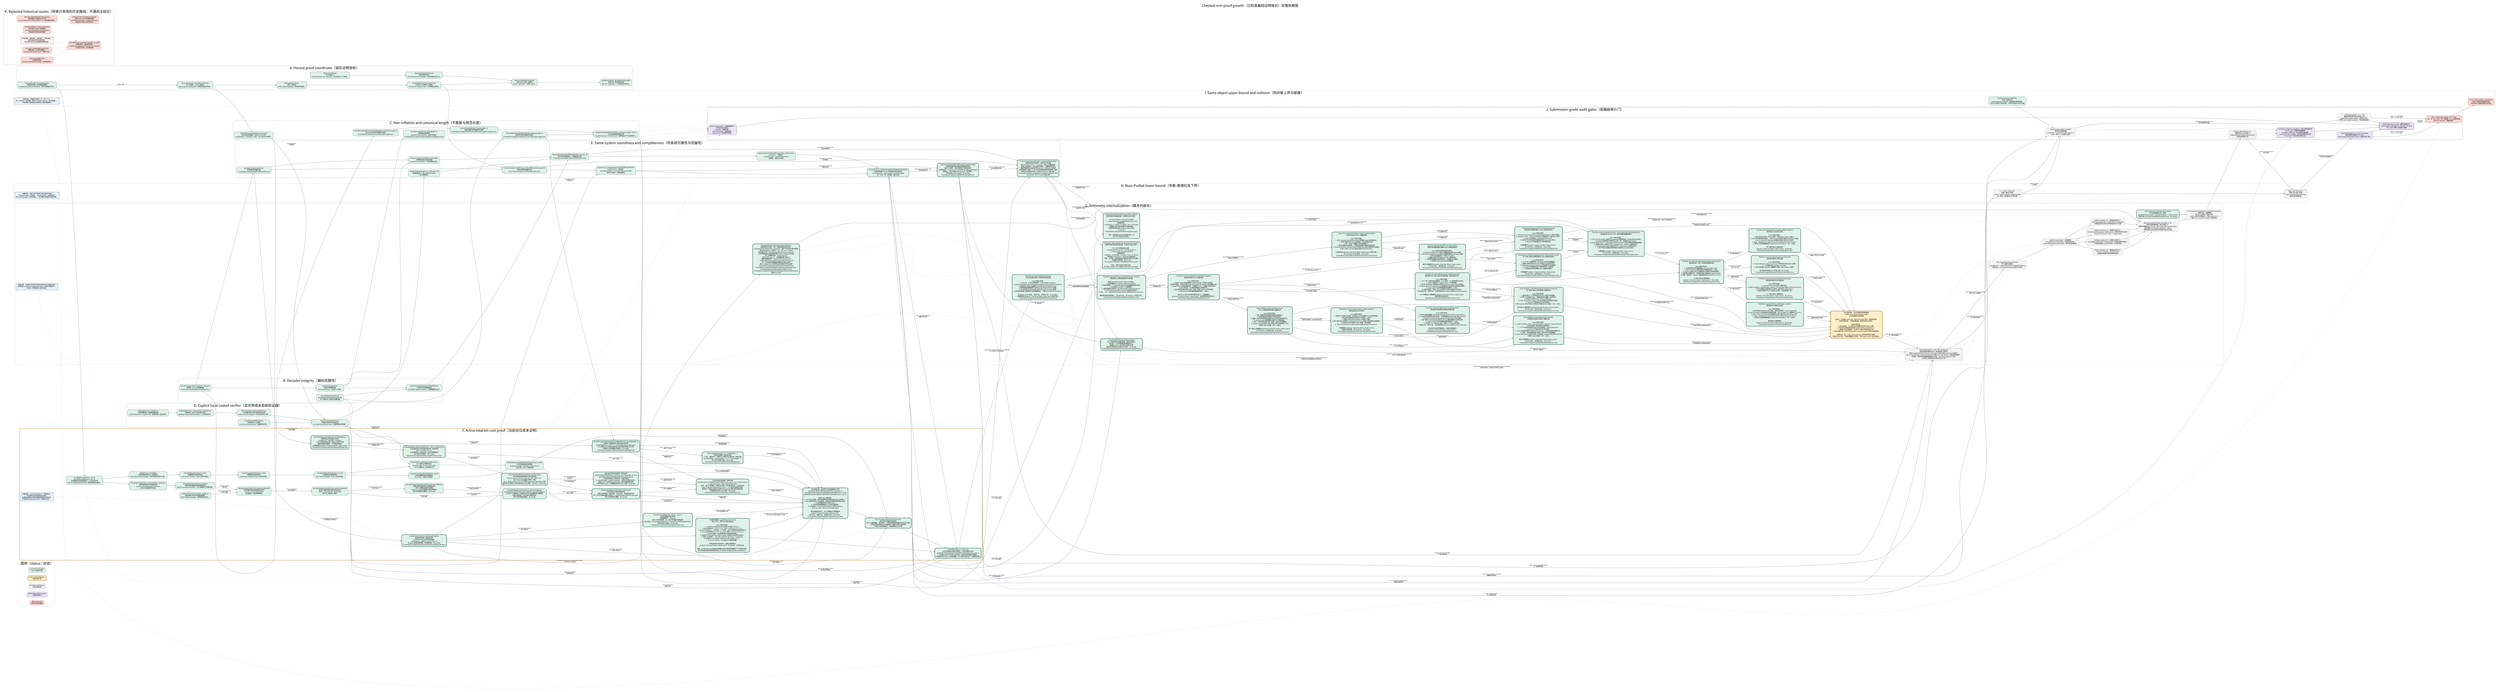
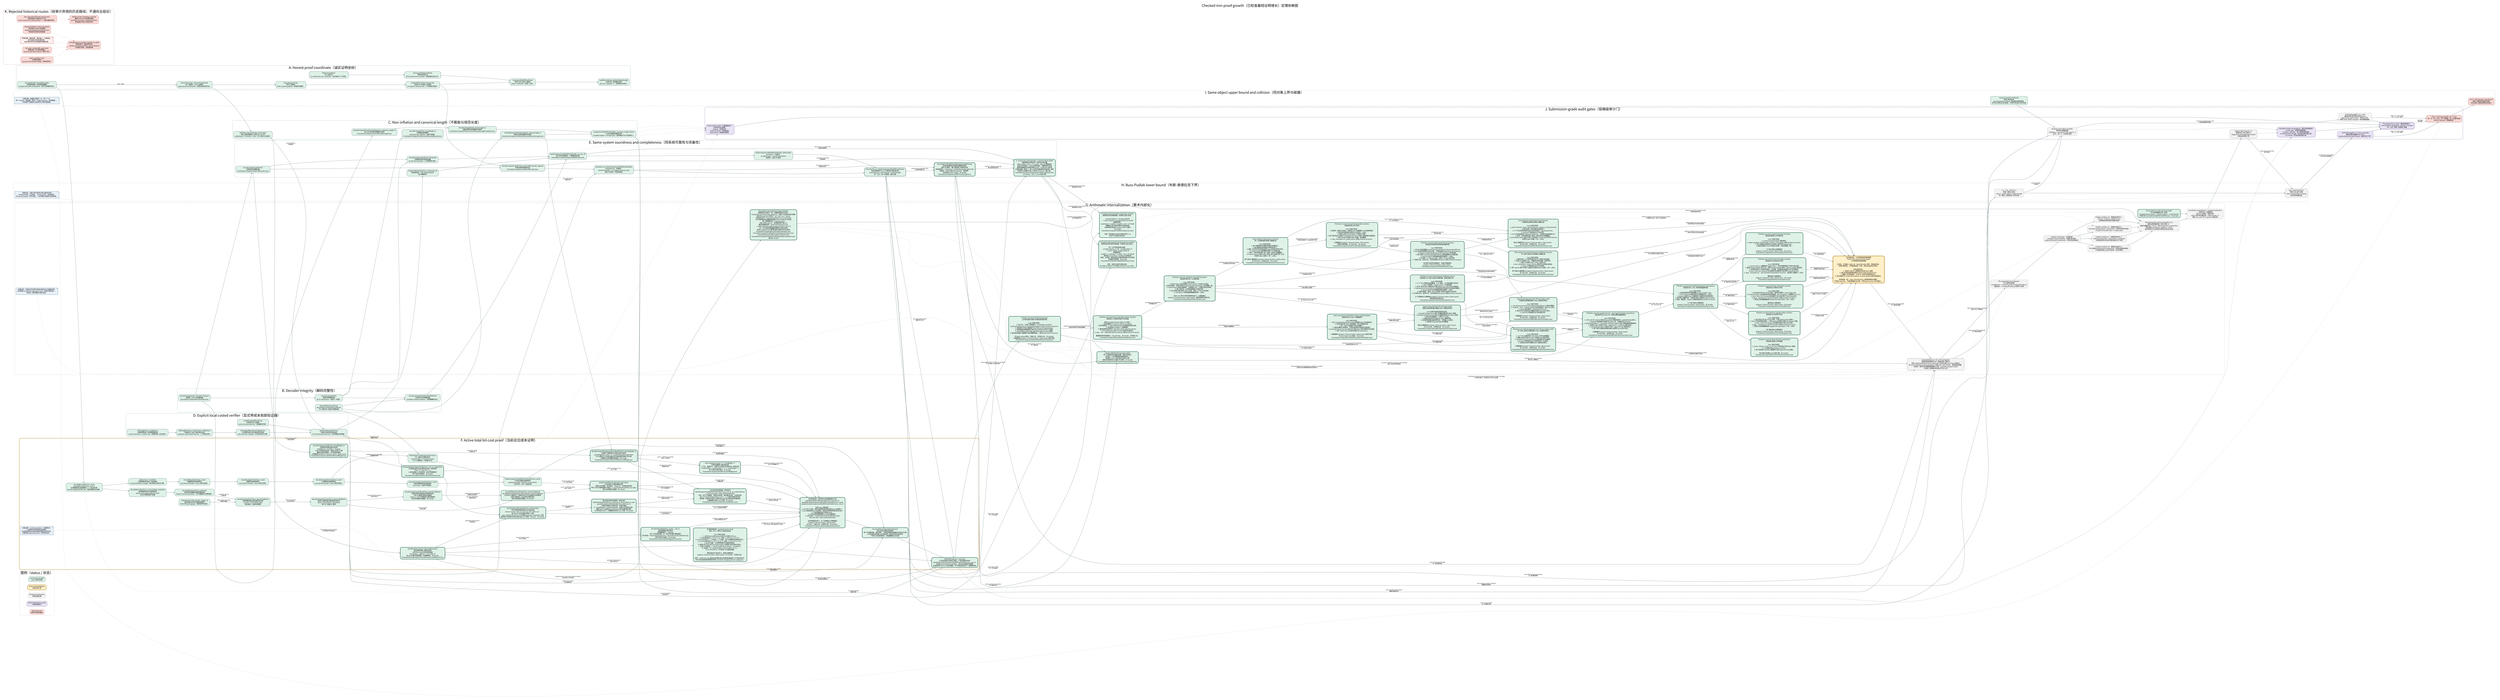
digraph CheckedMinProofDependencies {
  graph [
    rankdir=LR,
    bgcolor="white",
    compound=true,
    newrank=true,
    pad="0.35",
    nodesep="0.30",
    ranksep="0.62",
    fontname="Noto Sans CJK SC",
    fontsize=24,
    label="Checked min-proof growth（已检查最短证明增长）定理依赖图",
    labelloc="t",
    labeljust="c"
  ];
  node [
    shape=box,
    style="rounded,filled",
    fontname="Noto Sans CJK SC",
    fontsize=10.5,
    color="#526d75",
    fillcolor="#eef3f4",
    margin="0.14,0.09",
    penwidth=1.2
  ];
  edge [
    fontname="Noto Sans CJK SC",
    fontsize=8.5,
    color="#65777d",
    arrowsize=0.68,
    penwidth=1.05
  ];

  subgraph cluster_legend {
    label="图例（status / 状态）";
    color="#c8d1d4";
    style="rounded";
    done [label="Lean kernel checked\nLean 内核已检查", fillcolor="#dff2e8", color="#3f7c66"];
    active [label="Active proof obligation\n当前证明义务", fillcolor="#fff0c9", color="#b37a12", penwidth=2.2];
    pending [label="Pending root theorem\n待闭合根定理", fillcolor="#f3f3f3", color="#777777", style="rounded,filled,dashed"];
    audit [label="Axiom/dependency audit\n公理/依赖审计", fillcolor="#e9e3f5", color="#76639a"];
    rejected [label="Rejected route\n经审计弃用的路线", fillcolor="#f8d9d6", color="#a8443d", style="rounded,filled,dashed"];
  }

  subgraph cluster_coordinate {
    label="A. Honest proof coordinate（诚实证明坐标）";
    color="#8fb7aa";
    style="rounded";

    natcode [label="binaryNatCode / decodeBinaryNat\n自然数前缀码 / 自然数前缀解码\nescaped-bit prefix serialization（转义位前缀序列化）", fillcolor="#dff2e8"];
    syntaxcode [label="binaryTermCode + binaryFormulaCode\n项二进制码 + 公式二进制码\ntyped syntax serialization（类型化语法序列化）", fillcolor="#dff2e8"];
    sequentcode [label="binarySequentCode\n序列二进制码\nfinite sequent payload（有限序列载荷）", fillcolor="#dff2e8"];
    prooftree [label="CheckedPAProofTree.binaryCode\n已检查 PA 证明树二进制码\n10 sequent-calculus rules（十条相继式规则）", fillcolor="#dff2e8"];
    axiomcert [label="PAAxiomCertificate\nPA 公理证书\n23 constructors incl. induction（含归纳的 23 个构造）", fillcolor="#dff2e8"];
    structcert [label="StructuralValidityCertificate\n结构有效性证书\nall local witnesses counted（全部局部见证计长）", fillcolor="#dff2e8"];
    certifiedcode [label="binaryCertifiedPAProofCode\n带证书 PA 证明二进制码\nproof + certificate（证明 + 证书）", fillcolor="#dff2e8"];
    packedcode [label="packBinaryString / packedPayloadLength\n位串打包 / 有效载荷长度\nNat.size = payload + 1（自然数位长等式）", fillcolor="#dff2e8"];

    natcode -> syntaxcode [label="labels / 标签"];
    syntaxcode -> sequentcode;
    sequentcode -> prooftree;
    axiomcert -> structcert;
    prooftree -> certifiedcode;
    structcert -> certifiedcode;
    certifiedcode -> packedcode;
  }

  subgraph cluster_decoder {
    label="B. Decoder integrity（解码完整性）";
    color="#8fb7aa";
    style="rounded";

    typeddecoder [label="decodeCompactTerm / Formula / Sequent\n紧凑项 / 公式 / 序列解码器\nFoundationCompactPAProofVerifier.lean", fillcolor="#dff2e8"];
    proofdecoder [label="decodeCompactProof\n紧凑证明树解码器\nall 10 constructors（全部十个构造）", fillcolor="#dff2e8"];
    certdecoder [label="decodePAAxiomCertificate\ndecodeStructuralValidityCertificate\nPA 公理证书 / 结构证书解码器", fillcolor="#dff2e8"];
    packeddecoder [label="decodeCompactPackedCertifiedPAProof\n打包带证书证明解码器\nno hidden auxiliary witness（无隐藏辅助见证）", fillcolor="#dff2e8"];

    typeddecoder -> proofdecoder;
    certdecoder -> packeddecoder;
    proofdecoder -> packeddecoder;
  }

  subgraph cluster_size {
    label="C. Non-inflation and canonical length（不膨胀与规范长度）";
    color="#8fb7aa";
    style="rounded";

    structural [label="decodeCompactProof_parseWeight_le\n证明解码结构量界\nstructural non-inflation（结构不膨胀）\nFoundationCompactProofDecoderStructuralBound.lean", fillcolor="#dff2e8"];
    syntaxcanonical [label="decodeCompactTerm/Formula/Sequent_canonical_length_le\n项/公式/序列规范重编码长度界\nFoundationCompactCanonicalDecodeLength.lean", fillcolor="#dff2e8"];
    proofcanonical [label="decodeCompactProof_binaryLength_le\n完整证明树规范重编码长度界\nFoundationCompactProofCanonicalDecodeLengthComplete.lean", fillcolor="#dff2e8"];
    certcanonical [label="decodeStructuralValidityCertificate_binaryLength_le\n结构证书规范重编码长度界\nFoundationCompactCertificateCanonicalDecodeLength.lean", fillcolor="#dff2e8"];
    totalcanonical [label="compactCertifiedPAProofVerifier_canonical_length_bound\n公开验证器规范载荷总界\naccepted output <= honest input（接受输出不长于诚实输入）", fillcolor="#dff2e8"];
    transformsize [label="shift/free/neg/substitution size bounds\n移位/自由变量嵌入/否定/代入大小界\nsubstitution <= formula × term（代入至多公式乘项）", fillcolor="#dff2e8"];

    typeddecoder -> syntaxcanonical;
    proofdecoder -> structural;
    syntaxcanonical -> proofcanonical;
    certdecoder -> certcanonical;
    proofcanonical -> totalcanonical;
    certcanonical -> totalcanonical;
    syntaxcode -> transformsize;
  }

  subgraph cluster_explicit_local {
    label="D. Explicit local costed verifier（显式带成本局部验证器）";
    color="#8fb7aa";
    style="rounded";

    biteq [label="bitStringEqTrace / natEqTrace\n位串相等轨迹 / 自然数相等轨迹\nresult correctness + explicit cost（结果正确 + 显式成本）", fillcolor="#dff2e8"];
    bitset [label="bitStringMemTrace / SubsetTrace / SetEqTrace\n位串成员 / 包含 / 集合等价轨迹\nquadratic-style explicit bounds（二次型显式界）", fillcolor="#dff2e8"];
    formulalist [label="formulaEq/Mem/Subset/SetEqTrace\n公式相等/成员/包含/集合等价轨迹\ncode emission charged（公式码生成已计费）", fillcolor="#dff2e8"];
    listedtree [label="ListedCheckedPAProofTree\n列表序列 PA 证明树\npreserves decoded lists（保留解码列表）", fillcolor="#dff2e8"];
    listedcert [label="listedCertificateValidTrace\n列表证书有效性成本轨迹\nno Finset decide black box（无有限集判定黑箱）", fillcolor="#dff2e8"];

    biteq -> bitset;
    bitset -> formulalist;
    listedtree -> listedcert;
    formulalist -> listedcert;
    transformsize -> listedcert [label="local transforms\n局部变换"];
  }

  subgraph cluster_same_system {
    label="E. Same-system soundness and completeness（同系统可靠性与完备性）";
    color="#8fb7aa";
    style="rounded";

    listdecoder [label="decodeCompactListedProof\n列表保持证明解码器\nFoundationCompactListedProofDecoder.lean", fillcolor="#dff2e8"];
    projection [label="decodeCompactListedProof_toChecked\n列表解码投影到原检查器\n10-rule fuel induction（十规则燃料归纳）", fillcolor="#dff2e8"];
    localiff [label="listedCertificateValidTrace_toChecked_iff\n新局部轨迹 <-> 原 certificateValid\n语义精确等价", fillcolor="#dff2e8"];
    publiciff [label="listedCompactCertifiedPAProofVerifier_eq_true_iff\n新公开验证器接受 <-> 精确检查关系\nFoundationCompactListedCertifiedVerifier.lean", fillcolor="#dff2e8"];
    soundness [label="listedCompactCertifiedPAProofVerifier_toDerivation\nsoundness（可靠性）\naccepted code -> real PA Derivation2\n接受码 -> 真实 PA 推导", fillcolor="#dff2e8"];
    listencoder [label="decodeCompactListedProof_canonicalBinaryCode_append\n列表证明规范编码往返\nFoundationCompactListedProofEncoder.lean", fillcolor="#dff2e8"];
    completeness [label="derivation_to_listedCompactCertifiedPAProofVerifier\ncompleteness（完备性）\nreal PA derivation -> accepted canonical code\n真实 PA 推导 -> 规范接受码", fillcolor="#dff2e8"];
    predicate [label="Concrete P(x,y) / ListedCompactCertifiedPAProofChecks\n具体证明谓词 P(x,y) / 列表带证书检查关系\nsame formula + same checker + honest length\n同一公式 + 同一检查器 + 诚实长度", fillcolor="#dff2e8", penwidth=2.0];
    minmeasure [
      label="minListedCertifiedPAProofPayloadLength(formula)\n具体检查器诱导的最短完整载荷长度\n真实 PA 推导 -> 最小值由某个接受码实现\n任意接受码 -> minimum <= packedPayloadLength(code)\n接受码 -> 同公式真实 Derivation2（推导树）\n无项目级 proof_length；无 sorryAx\nFoundationCompactListedMinProofLength.lean",
      fillcolor="#dff2e8", color="#2f6f57", penwidth=2.8
    ];
    canonicalnormalize [
      label="P_canon(code, formulaCode) + canonical Bool verifier\n纯数值规范证明关系 + 规范布尔验证器\nBool verifier = true <-> P_canon，由 Lean 精确证明\n任意公开接受码 -> 同公式码规范码，完整载荷不增长\n最短完整载荷必由真实规范 proof + certificate 码实现\n全体码有限一致性 <-> 同 cutoff 的纯数值规范码有限一致性\n非规范/冗余编码不能人为压低 minimum（最小值）\nFoundationCompactListedCanonicalNormalization.lean\n无 sorryAx；仅三个 Lean 标准公理",
      fillcolor="#dff2e8", color="#2f6f57", penwidth=2.8
    ];

    typeddecoder -> listdecoder;
    listdecoder -> projection;
    proofdecoder -> projection;
    listedcert -> localiff;
    projection -> publiciff;
    localiff -> publiciff;
    packeddecoder -> publiciff;
    publiciff -> soundness;
    prooftree -> listencoder;
    listdecoder -> listencoder;
    listencoder -> completeness;
    listedcert -> completeness;
    soundness -> predicate;
    completeness -> predicate;
    predicate -> minmeasure [label="minimum over accepted codes\n对接受码取最小值"];
    completeness -> minmeasure [label="nonempty accepted set\n接受集合非空"];
    publiciff -> canonicalnormalize [label="decode every accepted code\n解码任意接受码"];
    listencoder -> canonicalnormalize [label="canonical re-encoding\n规范重编码"];
    totalcanonical -> canonicalnormalize [label="no payload growth\n载荷不增长"];
    minmeasure -> canonicalnormalize [label="minimum realized canonically\n最小值由规范码实现"];
  }

  subgraph cluster_cost_active {
    label="F. Active total bit-cost proof（当前总位成本证明）";
    color="#c18a27";
    style="rounded,bold";

    nattrace [label="decodeBinaryNatTrace_result\ndecodeBinaryNatTrace_cost_le\n自然数解码轨迹结果等价 + 二次位成本界\nNat.bit charged by Nat.size（按自然数位长收费）", fillcolor="#dff2e8", color="#3f7c66"];
    tracebind [label="OptionTrace + traceBind\n可选结果成本轨迹 + 轨迹绑定\nevery bind/failure charged（每次绑定/失败均计费）", fillcolor="#dff2e8", color="#3f7c66"];
    vectortrace [label="decodeManyVectorTrace_result\n向量解码轨迹结果等价\nLean kernel checked（Lean 内核已检查）", fillcolor="#dff2e8", color="#3f7c66"];
    termtrace [label="decodeCompactTermTrace_result\n项解码轨迹结果等价\nLean kernel checked（Lean 内核已检查）", fillcolor="#dff2e8", color="#3f7c66"];
    formulatrace [label="decodeCompactFormulaTrace_result\n公式解码轨迹结果等价\nLean kernel checked（Lean 内核已检查）", fillcolor="#dff2e8", color="#3f7c66"];
    prooftrace [label="decodeCompactListedProofTrace_result\n列表证明解码轨迹结果等价\nall 10 rules（全部十条规则）", fillcolor="#dff2e8", color="#3f7c66"];
    certtrace [label="PA/structural certificate decoder traces\nPA / 结构证书解码轨迹\n23 axiom tags + 4 recursive nodes\n23 个公理标签 + 4 种递归节点", fillcolor="#dff2e8", color="#3f7c66"];
    publictrace [label="listedCompactCertifiedPAProofVerifierTrace_result\n公开验证器轨迹结果等价\npacked envelope + formula + local checks\n打包外壳 + 公式 + 局部检查", fillcolor="#dff2e8", color="#3f7c66"];
    natpotential [label="decodeBinaryNatTrace_success/failure_potential\n自然数解码成功/失败势能界\nquartic consumed-prefix invariant\n四次已消费前缀不变量", fillcolor="#dff2e8", color="#3f7c66"];
    vectorpotential [label="decodeManyVectorTrace_potential\n任意长度向量解码摊还势能定理\ndisjoint consumed prefixes（互不重叠的已消费前缀）", fillcolor="#dff2e8", color="#3f7c66"];
    symbolcharge [label="arithmeticFunc/Rel_decode_charge_le\n算术函数/关系符号解码收费界\nfinite ORing language（有限有序环语言）", fillcolor="#dff2e8", color="#3f7c66"];
    termpotential [label="decodeCompactTermTrace_parserCostBound\n紧凑项解码器全路径摊还成本界\nsuccess + every failure path\n成功路径 + 全部失败路径", fillcolor="#dff2e8", color="#3f7c66"];
    formulapotential [label="decodeCompactFormulaTrace_parserCostBound\n紧凑公式解码器全路径摊还成本界\natoms / connectives / quantifiers\n原子式 / 联结词 / 量词", fillcolor="#dff2e8", color="#3f7c66"];
    proofpotential [
      label="decodeCompactListedProofTrace_parserCostBound\n列表证明树全路径四次势能成本界\n十条 PA 相继式规则全部通过\nand/cut 二叉子证明势能已望远镜相消\n成功/失败路径全覆盖；无 sorryAx",
      fillcolor="#dff2e8", color="#3f7c66"
    ];
    certpotential [
      label="decodePAAxiomCertificateTrace_parserCostBound\ndecodeStructuralValidityCertificateTrace_parserCostBound\n23 种 PA 公理标签 + 4 种递归证书节点全路径四次势能界\n归纳公理体和二元证书树已摊还闭合\n成功/失败路径全覆盖；无 sorryAx",
      fillcolor="#dff2e8", color="#3f7c66", penwidth=2.2
    ];
    packedcost [
      label="packed proof/formula decoder cost bounds\n打包证明/公式解码器成本界\n证明+证书串联、末位哨兵、dropLast、空后缀全部闭合\n两个公开打包解码器均不超过 2 × decoderPotential(Nat.size code)\n成功/失败路径全覆盖；无 sorryAx",
      fillcolor="#dff2e8", color="#2f6f57", penwidth=2.8
    ];
    transformcode [
      label="transformation binary-code length bounds\n语法变换完整二进制码长界\nshift/free/neg 均至多线性膨胀\nsubstitution：|phi[t]| <= 3(F+1)(W+1)F\n含 qpow 量词深度预算；无隐藏参数；无 sorryAx\nFoundationCompactSyntaxTransformationCodeBounds.lean",
      fillcolor="#dff2e8", color="#2f6f57", penwidth=2.8
    ];
    negtrace [
      label="binaryFormulaNegTrace_result / _cost_le\n否定变换真实递归轨迹\n结果精确等于 ∼formula\n每个公式构造收费一步；原子项向量不重复遍历\n执行成本 <= formulaSymbolCount <= |binaryFormulaCode(formula)|\n单文件探针已通过；无 sorryAx\nFoundationCompactSyntaxNegationTrace.lean",
      fillcolor="#dff2e8", color="#2f6f57", penwidth=2.8
    ];
    axmjoint [
      label="axm comparator input <= 2 * jointWeight + 1\n公理比较器输入联合坐标界\n上下文、候选句子、完整 PA 公理证书均落在同一诚实位权\ncertificateBits + sentenceBits + 1 <= 2 * jointWeight + 1\n四个坐标引理已通过；无 sorryAx\nFoundationCompactListedAxiomJointWeight.lean",
      fillcolor="#dff2e8", color="#2f6f57", penwidth=2.8
    ];
    honestproof [
      label="decodeCompactListedProof_honestWeight_le\n列表保持证明树诚实位权界\nweight(tree) + 8|suffix| <= 8|input|\n十条 PA 规则全部闭合；重复公式逐个计费\n覆盖任意成功解码，不只是规范编码\n公理画像仅 propext / Classical.choice / Quot.sound\nFoundationCompactListedProofHonestWeight.lean",
      fillcolor="#dff2e8", color="#2f6f57", penwidth=2.8
    ];
    honestcert [
      label="decodeCompactPackedListedCertifiedPAProof_honestWeight_le\n证明树+完整结构证书联合诚实位权界\njointWeight(tree,cert) <= 8 * packedPayloadLength(code)\nPA 公理证书 23 标签及递归证书全部由实际输入位计费\n无辅助见证和隐藏长度参数；无 sorryAx\nFoundationCompactListedCertifiedHonestWeight.lean",
      fillcolor="#dff2e8", color="#2f6f57", penwidth=2.8
    ];
    localprimitives [
      label="formulaEq/Mem/Subset/SetEqTrace_cost_le_polynomial\n公式相等/成员/包含/集合等价统一位成本界\nP(w) = 4 + 2(w+3)^2 + w\nw 是全部输入公式码位权，包含列表重复项\n四个端点全部通过；无 sorryAx\nFoundationCompactListedLocalCostPrimitives.lean",
      fillcolor="#dff2e8", color="#2f6f57", penwidth=2.8
    ];
    localbranches9 [
      label="10/10 listedCertificateValidTrace cost branches\n十条证明规则局部成本分支全部闭合\nclosed / verum / and / or / all / exs / wk / shift / cut：\n由 P(G(w)) 及生成语法界统一计费\naxm：由 A(w)=K*(2w+1)^12 的真实 guarded comparator 计费\n最终每节点固定多项式包络已由 Lean 检查；无 haxm、无 sorryAx",
      fillcolor="#dff2e8", color="#2f6f57", penwidth=2.8
    ];
    localinduction [
      label="联合坐标内部归纳骨架 + 具体实例\nlistedCertificateValidTrace_jointCost_le_polynomial_of_axm\nguardedListedCertificateValidTrace_jointCost_le\n十规则证明树/证书同步统一归纳已通过\nb = proofWeight + certificateWeight（证明+证书联合位权）\n抽象 haxm 已由真实 guarded axm 成本定理具体消除\n公开实例无 haxm；公理画像仅标准 Lean 公理；无 sorryAx",
      fillcolor="#dff2e8", color="#2f6f57", penwidth=2.8
    ];
    publicskeleton [
      label="公开总成本内部骨架 + 具体实例\nlistedCompactCertifiedPAProofVerifierTrace_cost_le_of_certificateTrace\ns = Nat.size(code) + Nat.size(formulaCode)\n合并：两个打包解码、局部证书检查、结论集合比较、公式码比较\nQ(s)=4*decoderPotential(s)+L(s)+1，L(s) 是显式固定多项式\n原先唯一内部证书成本义务现已由 guarded 联合成本定理消除\n公理画像仅标准 Lean 公理；无 sorryAx\nFoundationCompactListedPublicCostSkeleton.lean",
      fillcolor="#dff2e8", color="#2f6f57", penwidth=2.8
    ];
    publiccost [
      label="【主终端完成：具体带守卫检查器最终汇合】\nguardedListedCertificateValidTrace_jointCost_le\nguardedListedCompactCertifiedPAProofVerifierTrace_result\nguardedListedCompactCertifiedPAProofVerifierTrace_cost_le\n\n已由 Lean 内核检查：\n1. axm 的 23 标签、接受/拒绝路径和候选长度 guard 全部统一；\n2. axm 局部成本进入与证明树、结构证书相同的诚实联合位权；\n3. 十规则整树成本不再带 haxm；\n4. 公开轨迹结果精确等于公开验证器结果；\n5. 总位成本 <= listedPublicVerifierCostPolynomial(\n   Nat.size code + Nat.size formulaCode)。\n\n定向构建退出码 0；五个关键端点公理画像仅\npropext / Classical.choice / Quot.sound。\n无 haxm、无输入包、无项目公设、无 sorryAx。\nFoundationCompactListedGuardedAxiomCost.lean",
      fillcolor="#dff2e8", color="#2f6f57", penwidth=2.8
    ];
    amortized [label="Success/failure total potential bound\n成功/失败全路径总势能界\n两个打包解码器、语法变换、十规则局部检查和最终比较均已计费\n公开轨迹的所有输入对均满足同一固定多项式位成本界\n不是只分析接受路径；无隐藏辅助见证长度", fillcolor="#dff2e8", color="#2f6f57", style="rounded,filled", penwidth=2.8];
    costnote [shape=note, label="关键注释：result equivalence（结果等价）\n只证明轨迹没有改掉验证结果；\n必须再证明成功/失败全路径的固定多项式界，\n才能声称 polynomial time（多项式时间）。", fillcolor="#e8f1f8", color="#4e7892"];
    transformtrace [label="【共享终端完成：guarded axiom trace】\n移位 / 代入 / 带守卫公理比较轨迹\n\nLean 内核已检查：\n1. shift/free/substitution/list/fixitr 的真实 QTrace；\n2. fixitr 输出码长 <= 4*(L+1)^2；成本 <= 128*(m+L+1)^2*L；\n3. succInd 四次代入、三次否定、三个析取、两个全称量词全部真实执行；\n4. succInd 输出码长 <= 10^7*(L+1)^4；成本 <= 10^11*(L+1)^12；\n5. guard 完备：合法相等候选不会被提前拒绝；\n6. 接受分支 fixitr/allClosure/formulaEq 与拒绝分支总成本均闭合；\n7. 全部 23 标签统一：true iff certificate.sentence = candidate；\n8. 总成本 <= K*(certificateBits+sentenceBits+1)^12，\n   K=10^30+(3B+4)，B 为显式 26 句固定预算。\n\n两条验收命令退出码 0；关键公理画像仅\npropext / Classical.choice / Quot.sound；无 sorryAx、无项目公设。\n\n边界：certificate-only 直接生成完整归纳句在稀疏变量编号下不可能多项式；\n本节点完成的是保持接受关系的 candidate-length guarded comparator。", fillcolor="#dff2e8", color="#2f6f57", style="rounded,filled", penwidth=2.8];
    polytime [label="VerifierBitCost(x,y) <= p(|x|+|y|)\n公开验证器总位成本不超过一个显式固定多项式\nguardedListedCompactCertifiedPAProofVerifierTrace_cost_le\n对全部 code/formulaCode 成立，成功与失败路径均覆盖\n这里是项目 QTrace 位成本模型；PA 内短证明仍由下一簇单独完成", fillcolor="#dff2e8", color="#2f6f57", style="rounded,filled", penwidth=2.8];

    natcode -> nattrace;
    nattrace -> tracebind;
    tracebind -> vectortrace;
    vectortrace -> termtrace;
    termtrace -> formulatrace;
    formulatrace -> prooftrace;
    certdecoder -> certtrace;
    formulatrace -> certtrace;
    prooftrace -> publictrace;
    certtrace -> publictrace;
    publictrace -> amortized [label="exact behavior first\n先固定精确行为"];
    nattrace -> natpotential;
    natpotential -> vectorpotential;
    vectorpotential -> termpotential [label="argument vectors\n参数向量"];
    symbolcharge -> termpotential [label="finite symbol decoding\n有限符号解码"];
    termpotential -> formulapotential [label="terms inside atoms\n原子式中的项"];
    formulapotential -> proofpotential [label="formulas inside sequents\n序列中的公式"];
    proofpotential -> certpotential [label="proof/certificate alignment\n证明树/证书树对齐"];
    formulapotential -> certpotential [label="induction body\n归纳公理体"];
    certpotential -> packedcost [label="proof + certificate stream\n证明 + 证书串"];
    publictrace -> packedcost [label="same executable result\n同一可执行结果"];
    packedcost -> publiccost [label="decoded objects\n已解码对象"];
    transformsize -> transformcode [label="from symbol count to full bits\n从符号数提升到完整位长"];
    transformcode -> negtrace [label="input bit-length control\n输入位长控制"];
    negtrace -> publiccost [label="closed/cut negation charge\n闭合/切规则否定计费"];
    transformcode -> publiccost [label="generated-code bounds\n生成公式码长界"];
    listdecoder -> honestproof [label="all successful parses\n全部成功解码"];
    honestproof -> honestcert [label="proof-tree charge\n证明树计费"];
    certcanonical -> honestcert [label="full certificate bits\n完整证书位"];
    honestcert -> publiccost [label="joint decoded-data bound\n联合解码数据界"];
    honestcert -> axmjoint [label="proof + certificate coordinate\n证明 + 证书坐标"];
    axmjoint -> publiccost [label="guarded comparator input bound\n带守卫比较器输入界"];
    listedcert -> localprimitives [label="exact trace costs\n精确轨迹成本"];
    honestproof -> localprimitives [label="duplicate-preserving weights\n保留重复项位权"];
    localprimitives -> publiccost [label="uniform quadratic bound\n统一二次界"];
    localprimitives -> localbranches9 [label="per-rule instantiation\n逐规则实例化"];
    transformcode -> localbranches9 [label="generated syntax bounds\n生成语法界"];
    localbranches9 -> publiccost [label="nine checked branches\n九条已检查分支"];
    localbranches9 -> localinduction [label="structural aggregation\n结构汇总"];
    localinduction -> publiccost [label="haxm concretely discharged\nhaxm 已由具体定理消除"];
    localinduction -> publicskeleton [label="local certificate polynomial\n局部证书多项式"];
    packedcost -> publicskeleton [label="two packed decoder bounds\n两个打包解码界"];
    honestcert -> publicskeleton [label="decoded joint weight\n解码联合位权"];
    publicskeleton -> publiccost [label="concrete discharge checked\n具体消义务已检查"];
    listedcert -> publiccost [label="explicit local checks\n显式局部检查"];
    publiccost -> amortized;
    totalcanonical -> amortized [label="consumed-length control\n消费长度控制"];
    costnote -> amortized [style=dotted, arrowhead=none, constraint=false];
    transformcode -> transformtrace;
    transformtrace -> publiccost [label="guarded axm + shift/free/substitution costs\n带守卫公理 + 移位/自由化/代入成本"];
    amortized -> polytime;
    transformtrace -> polytime;
    totalcanonical -> polytime [label="input/output length control\n输入输出长度控制"];
    listedcert -> polytime [label="local cost bounds\n局部成本界"];
    predicate -> polytime [label="exact executable relation\n精确可执行关系"];
  }

  subgraph cluster_internalization {
    label="G. Arithmetic internalization（算术内部化）";
    color="#9a9a9a";
    style="rounded,dashed";

    listedconmeta [label="ListedCertifiedFiniteConsistencyAt(k)\n同一列表保持验证器的有限一致性元层语义\n无长度 <= k 的完整载荷码被接受为 ⊥\n普通及 2^(A*n) 放大版本无条件为真\n接受反向恢复同公式真实 PA 推导；无 sorryAx\nFoundationCompactListedFiniteConsistencyTarget.lean", fillcolor="#dff2e8", color="#2f6f57", penwidth=2.8];
    arithinput [label="Primitive-recursive packed input layer\n公开验证器打包输入的原始递归算术层\n\nLean 内核已检查：\n1. Nat.bits（小端二进制展开）为 primitive recursive；\n2. getLast?/dropLast 与 sentinel payload peel 均为 primitive recursive；\n3. 剥离成功 iff 输入精确等于 packBinaryString(payload)；\n4. 新剥离器结果精确等于现有 packedPayloadTrace 结果；\n5. decodeBinaryNat 已由 right-fold state machine 重建；\n6. 新状态机逐输入精确等于原前缀解码器，二者均为 primitive recursive。\n\n无 typed syntax 假设、无输入包、无项目公设、无 sorryAx；\n公理画像仅 propext / Classical.choice / Quot.sound 或其子集。\nFoundationCompactListedVerifierArithmeticInput.lean", fillcolor="#dff2e8", color="#2f6f57", penwidth=2.8];
    tokenstream [label="Primitive-recursive binary-Nat token stream machine\n原始递归二进制自然数记号流机器\n\n具体 bounded iterator 已由 Lean 检查：\n1. 状态明确区分 running / failed / accepted；\n2. 每步调用同一个 decodeBinaryNat 并保留真实剩余位串；\n3. 总步数由 inputBits+1 明确限制；\n4. 最终结果逐位串等于 repeated-prefix reference parser；\n5. binaryNatCode token stream 的规范往返成立；\n6. step、run、output 和 reference parser 全部 primitive recursive。\n\n覆盖畸形和非规范输入；无 rawCode、无 sorryAx、无项目公设。\nFoundationCompactBinaryNatStreamMachine.lean", fillcolor="#dff2e8", color="#2f6f57", penwidth=2.8];
    bitsync [label="Exact noncanonical bit/token stream synchronization\n非规范位流与 token 流精确同步\n\nLean 内核已检查：\n1. 定义 repeated decodeBinaryNat 的精确 token/位后缀关系；\n2. 关系可按任意 token 前后缀唯一切分并重新合成；\n3. 同一 token 前缀留下的位后缀唯一；\n4. 规范位编码只是特例，不把非规范高位零误判为规范码；\n5. bounded stream decoder 成功 iff 全部 token 恰好消费至空位后缀；\n6. 每个 token-list split 都对应真实 bit boundary。\n\n公理画像仅 propext / Classical.choice / Quot.sound 或其子集；\n无 canonical-input 假设、无 sorryAx。\nFoundationCompactBinaryNatStreamSynchronization.lean", fillcolor="#dff2e8", color="#2f6f57", penwidth=2.8];
    syntaxparser [label="Primitive-recursive arithmetic term/formula parser\n原始递归算术项 / 公式解析器\n\nLean 内核已检查：\n1. 纯 Nat token 状态机覆盖 bvar/fvar/func 与全部公式构造；\n2. 有序环函数、关系符号码与 typed decoder 的 decode₂ 条件精确一致；\n3. repeat frame 逐项处理参数，不按稀疏 arity 一次展开巨型任务表；\n4. 每个真实项 / 公式都有精确执行步数定理；\n5. 执行步数不超过真实 token 长度，固定二次 fuel 必然足够；\n6. 公开 parser 对规范编码精确返回同一 suffix。\n\n定向 Lean 探针与目标构建退出码 0；公理画像仅\npropext / Classical.choice / Quot.sound；静态禁用项扫描为空。\nFoundationCompactSyntaxTokenMachine.lean", fillcolor="#dff2e8", color="#2f6f57", penwidth=2.8];
    syntaxinversion [label="Exact arbitrary-input syntax inversion\n项 / 公式解析器任意输入精确反演\n\nLean 内核已检查：\n1. 每个纯数值任务栈都有类型化前缀语义；\n2. 每次数值状态转换反向保持该语义；\n3. 函数 / 关系符号有效码恢复同 arity 的真实有序环符号；\n4. repeat frame 恢复精确长度的 Fin 参数向量；\n5. 成功、失败及畸形输入统一由同一后向不变量覆盖；\n6. numeric parser 返回 suffix iff 输入等于某真实项 / 公式\n   的规范 token 前缀 ++ 同一 suffix。\n\n两个端点公理画像仅 propext / Classical.choice / Quot.sound；\n无 rawCode、无项目公设、无 sorryAx。\nFoundationCompactSyntaxTokenMachineInversion.lean", fillcolor="#dff2e8", color="#2f6f57", penwidth=2.8];
    syntaxbitsync [label="Typed syntax decoder iff exact token prefix\n类型化语法解码器与精确 token 前缀双向等价\n\nLean 内核已检查任意成功位串：\n1. decodeCompactTerm 成功 iff 精确消费该项 token 前缀；\n2. decodeCompactFormula 成功 iff 精确消费该公式 token 前缀；\n3. 两方向均保留同一个真实 bit suffix；\n4. 函数/关系符号代码由 decode₂ 精确恢复；\n5. 任意有限参数向量逐项同步，不隐藏 arity 展开；\n6. 非规范 binaryNat 表示完全覆盖。\n\n端点公理画像仅 propext / Classical.choice / Quot.sound；\n无 rawCode、无项目公设、无 sorryAx。\nFoundationCompactSyntaxBitTokenSynchronization.lean", fillcolor="#dff2e8", color="#2f6f57", penwidth=2.8];
    closedformula [label="Primitive-recursive closed-formula token machine\n原始递归闭公式记号机\n\nLean 内核已检查：\n1. 复用同一紧凑公式语法，但所有 term 位置遇到 fvar 标签即拒绝；\n2. 每次成功恢复真实类型化公式及同一 suffix；\n3. 恢复公式的 freeVariables 严格等于空集；\n4. 每个真实闭公式及每个 ArithmeticSentence 的嵌入规范编码必被接受；\n5. 成功 iff 闭公式规范 token 前缀，双向精确；\n6. step / bounded run / public parser 全部 primitive recursive。\n\n公理画像仅 propext / Classical.choice / Quot.sound；\n无额外闭性参数、无 rawCode、无 sorryAx。\nFoundationCompactClosedFormulaTokenMachine.lean", fillcolor="#dff2e8", color="#2f6f57", penwidth=2.8];
    proofparser [label="Primitive-recursive listed-proof structural parser\n原始递归列表保持证明树结构解析器\n\nLean 内核已检查：\n1. 纯 Nat 任务栈覆盖 closed/axm/verum/and/or/all/exs/wk/shift/cut；\n2. axm 标签现调用独立闭公式机，不再把普通 proposition 当 sentence；\n3. sequent cardinality 由 repeat-formula frame 逐项消费；\n4. 每个真实 ListedCheckedPAProofTree 都有精确执行步数定理；\n5. and/cut 左右子证明按编码顺序消费同一 suffix；\n6. 总步数 <= 2*tokenLength，固定二次 fuel 必然足够；\n7. 十标签分派、闭句分支、总状态机和公开 parser 全部 primitive recursive。\n\n定向探针及目标构建通过；关键公理画像仅\npropext / Classical.choice / Quot.sound。\nFoundationCompactProofTokenMachine.lean", fillcolor="#dff2e8", color="#2f6f57", penwidth=2.8];
    proofinversion [label="Exact arbitrary-input listed-proof inversion\n列表保持证明树任意输入精确反演\n\nLean 内核已检查：\n1. proof / formula / term / repeat-formula / sequent / closed-formula\n   六类任务统一具有类型化前缀语义；\n2. 十个节点标签的每条反向分支均恢复同一 typed proof tree；\n3. and/cut 严格恢复左右子树次序；\n4. axm 分支恢复真实 ArithmeticSentence，不接受含自由变量公式；\n5. 成功、失败及畸形输入由同一后向状态不变量覆盖；\n6. proof token parser 成功 iff 输入为某真实 ListedCheckedPAProofTree\n   的规范 token 前缀 ++ 同一 suffix。\n\n端点公理画像仅 propext / Classical.choice / Quot.sound；\n无 rawCode、无项目公设、无 sorryAx。\nFoundationCompactProofTokenMachineInversion.lean", fillcolor="#dff2e8", color="#2f6f57", penwidth=2.8];
    certparser [label="Primitive-recursive PA/structural certificate parsers\n原始递归 PA 公理 / 结构证书解析器（规范完备方向）\n\nLean 内核已检查：\n1. 23 个 PA 公理标签全部覆盖；0..21 固定，3/4 校验函数/关系码；\n2. tag 22 调用同一 binder-arity-1 公式解析器；\n3. 新 PA 证书 token 编码逐证书等于旧 binary code 的 Nat 前缀流；\n4. leaf/axiomCert/unary/binary 四类结构证书由显式任务栈递归解析；\n5. binary 左右子证书按编码顺序消费同一 suffix；\n6. 线性步数界、固定二次 fuel 和两个规范往返端点均已闭合；\n7. PA 标签分派、结构节点、总状态机和公开 parser 全部 primitive recursive。\n\n七个关键端点公理画像仅 propext / Classical.choice / Quot.sound；\n静态禁用项扫描为空。\nFoundationCompactCertificateTokenMachine.lean", fillcolor="#dff2e8", color="#2f6f57", penwidth=2.8];
    certinversion [label="Exact arbitrary-input PA/structural certificate inversion\nPA 公理 / 结构证书任意输入精确反演\n\nLean 内核已检查：\n1. 固定标签 0..21 逐项恢复对应 PA 公理证书构造器；\n2. 标签 3/4 恢复同 arity、同编码的真实函数 / 关系符号；\n3. 标签 22 恢复 binder-arity-1 归纳公式；\n4. leaf / axiomCert / unary / binary 四类节点全部反向恢复；\n5. binary 严格恢复左右子证书顺序；\n6. 两个 parser 成功 iff 输入为真实证书规范 token 前缀 ++ 同一 suffix。\n\n两个端点公理画像仅 propext / Classical.choice / Quot.sound；\n无 rawCode、无项目公设、无 sorryAx。\nFoundationCompactCertificateTokenMachineInversion.lean", fillcolor="#dff2e8", color="#2f6f57", penwidth=2.8];
    proofbitsync [label="Listed proof typed decoder iff exact token prefix\n列表保持证明解码器与 token 前缀双向等价\n\nLean 内核已检查：\n1. closed/axm/verum/and/or/all/exs/wk/shift/cut 十规则全覆盖；\n2. sequent、term、formula 与左右子证明保留同一真实 bit suffix；\n3. axm 分支恢复同一 ArithmeticSentence；\n4. 成功方向与完备方向均覆盖非规范 binaryNat 表示；\n5. and/cut 严格保留左右子树消费次序。\n\n公理画像仅 propext / Classical.choice / Quot.sound；\n无 rawCode、无项目公设、无 sorryAx。\nFoundationCompactProofBitTokenSynchronization.lean", fillcolor="#dff2e8", color="#2f6f57", penwidth=2.8];
    certbitsync [label="PA/structural certificate typed decoder iff exact token prefix\nPA 公理 / 结构证书解码器与 token 前缀双向等价\n\nLean 内核已检查：\n1. 23 个 PA 公理标签及 induction 公式体全部覆盖；\n2. 函数/关系符号由 decode₂ 恢复同 arity 真实符号；\n3. leaf/axiomCert/unary/binary 四类递归证书全覆盖；\n4. binary 严格保留左右证书顺序及同一位后缀；\n5. 任意成功位串与精确 token 前缀双向等价。\n\n公理画像仅 propext / Classical.choice / Quot.sound；\n无 rawCode、无项目公设、无 sorryAx。\nFoundationCompactCertificateBitTokenSynchronization.lean", fillcolor="#dff2e8", color="#2f6f57", penwidth=2.8];
    packedtokensync [label="Primitive-recursive packed stream + exact typed-decoder equivalence\n原始递归打包 token 流 + 类型化解码器精确等价\n\nLean 内核已检查：\n1. 公开 code 的 sentinel 哨兵位与 payload 剥离使用同一 packedPayloadBits；\n2. payload 逐前缀转为完整 Nat token 流，流函数已证 Primrec；\n3. listed proof tokens ++ structural certificate tokens 按公开解码顺序精确拼接；\n4. 证明码 token 流成功 iff 同一 typed proof + certificate 解码成功；\n5. formulaCode token 流成功 iff 同一 typed formula 解码成功；\n6. 两个等价均保留全载荷消费与非规范 binaryNat 表示。\n\n公理画像仅 propext / Classical.choice / Quot.sound；\n无 rawCode、无项目公设、无 sorryAx。\nFoundationCompactListedPackedBitTokenSynchronization.lean", fillcolor="#dff2e8", color="#2f6f57", penwidth=2.8];
    numericvalues [label="Primitive-recursive term/formula/sequent value parsers\n原始递归项 / 公式 / 序列数值值解析器\n\nLean 内核已检查：\n1. 在结构判断同时保留精确 canonical token slice；\n2. term 与 formula 解析返回已消费值及同一 suffix；\n3. sequent 按首 token 的基数逐公式解析并保持原顺序；\n4. 规范输入精确往返；任意成功输入恢复真实 typed syntax；\n5. 单值、重复值、sequent 总解析器全部 primitive recursive。\n\n九个审计端点公理画像仅\npropext / Classical.choice / Quot.sound；无 sorryAx。\nFoundationCompactNumericSyntaxValueParser.lean", fillcolor="#dff2e8", color="#2f6f57", penwidth=2.8];
    numericchecks [label="Primitive-recursive numeric formula-list checks\n原始递归数值公式列表检查\n\nLean 内核已检查：\n1. canonical formula token 编码单射；\n2. token equality / membership / subset / set equality 全部 primitive recursive；\n3. 四个结果在任意规范公式列表上逐点等于 typed trace；\n4. 重复元素按 Finset 外延语义处理，与原检查器一致。\n\n九个审计端点公理画像仅\npropext / Classical.choice / Quot.sound；无 sorryAx。\nFoundationCompactNumericFormulaListChecks.lean", fillcolor="#dff2e8", color="#2f6f57", penwidth=2.8];
    numericconstructors [label="Primitive-recursive direct formula constructors\n原始递归直接公式构造器\n\nLean 内核已检查：\n1. verum / falsum / and / or / all / exs 六种构造全为纯 token 函数；\n2. 六个函数全部 primitive recursive；\n3. 每个规范输入逐 token 精确等于真实 typed formula 编码。\n\n审计端点仅依赖 Lean 标准公理；无 sorryAx。\nFoundationCompactNumericFormulaConstructors.lean", fillcolor="#dff2e8", color="#2f6f57", penwidth=2.8];
    numericnegation [label="Primitive-recursive formula-negation token machine\n原始递归公式否定记号机\n\nLean 内核已检查：\n1. 运行状态只有 Nat 与 Nat 列表，不把 typed syntax 当输入；\n2. term 记号逐项原样复制，八种 formula 标签执行真实 De Morgan 对偶；\n3. term / term-list / formula 的完整任务执行语义均已闭合；\n4. step、bounded run 与公开 transform 全部 primitive recursive；\n5. 规范公式前缀精确返回 negated formula tokens + 同一 suffix。\n\n两个最终端点公理画像仅\npropext / Classical.choice / Quot.sound；无 sorryAx。\nFoundationCompactNumericFormulaNegation.lean", fillcolor="#dff2e8", color="#2f6f57", penwidth=2.8];
    numericshift [label="Primitive-recursive formula-shift token machine\n原始递归公式移位记号机\n\nLean 内核已检查：\n1. 运行状态只有 Nat 与 Nat 列表，逐任务消费同一 parser token 流；\n2. bound variable 与全部结构标签原样保留，free variable [1,i] 精确变为 [1,i+1]；\n3. term / term-list / formula 的完整执行语义逐点等于 Rewriting.shift；\n4. step、bounded run 与公开 transform 全部 primitive recursive；\n5. 规范公式前缀精确返回 shifted formula tokens + 同一 suffix。\n\n最终端点公理画像仅\npropext / Classical.choice / Quot.sound；无 sorryAx。\nFoundationCompactNumericFormulaShift.lean", fillcolor="#dff2e8", color="#2f6f57", penwidth=2.8];
-     numericparser [label="【主终端当前：公开局部检查纯数值图】\nPublic local-check numeric graph\n公开局部检查纯数值图\n\n已闭合：打包输入 token 化、typed decoder 同步、数值语法值、\n四类列表检查、六种直接构造、否定及移位记号机。\n\n当前证明任务：\n1. 构造自由化、代入和 PA 公理候选句的纯 token 运算；\n2. 用已闭合检查逐规则复现 listedCertificateValidTrace；\n3. 覆盖十条证明规则、23 类 PA 公理与四类结构证书；\n4. 闭合完整公开 verifier 的 primitive-recursive graph 及逐点结果等式。\n\n完成标准：同一 code / formulaCode 上接受结果逐点相等；\n不借旧 rawCode，不增加隐藏见证长度，不把 typed syntax 当外部输入。", fillcolor="#fff0c9", color="#b37a12", penwidth=2.8];
+     numericfree [label="Primitive-recursive formula-free token machine\n原始递归公式自由化记号机\n\nLean 内核已检查：\n1. source arity n+1 精确降到 target arity n，任务栈携带量词下真实当前元数；\n2. 最后 bound variable 变为 &0，较早 bound variable 保持，旧 free variable 取后继；\n3. 仅消费长度为 2 的真实变量头，空消费、失败路径及函数头均不会误触发；\n4. term / term-list / formula 沿元数等式的完整语义逐点等于 Rewriting.free；\n5. step、bounded run、公开 transform 均 primitive recursive，规范输入保留同一 suffix。\n\n最终端点公理画像仅\npropext / Classical.choice / Quot.sound；无 sorryAx。\nFoundationCompactNumericFormulaFree.lean", fillcolor="#dff2e8", color="#2f6f57", penwidth=2.8];
+     numericparser [label="【主终端当前：公开局部检查纯数值图】\nPublic local-check numeric graph\n公开局部检查纯数值图\n\n已闭合：打包输入 token 化、typed decoder 同步、数值语法值、\n四类列表检查、六种直接构造、否定、移位及自由化记号机。\n\n当前证明任务：\n1. 构造代入和 PA 公理候选句的纯 token 运算；\n2. 用已闭合检查逐规则复现 listedCertificateValidTrace；\n3. 覆盖十条证明规则、23 类 PA 公理与四类结构证书；\n4. 闭合完整公开 verifier 的 primitive-recursive graph 及逐点结果等式。\n\n完成标准：同一 code / formulaCode 上接受结果逐点相等；\n不借旧 rawCode，不增加隐藏见证长度，不把 typed syntax 当外部输入。", fillcolor="#fff0c9", color="#b37a12", penwidth=2.8];
    compactformula [label="CompactProof(x,y) + Con_PA^compact(k)\n紧凑证明谓词算术公式 + 紧凑有限一致性句\n绿色 ListedCertifiedFiniteConsistencyAt 已给出正确 Lean Prop 元层语义\n旧 succinctFiniteConsistencySentence 仍指 raw-code checker（原始码检查器）\n待证明：算术句标准模型精确等价于同一 guarded compact verifier\n以及短二进制数词实例的公式大小界", fillcolor="#f3f3f3", color="#777777", style="rounded,filled,dashed", penwidth=2.0];
    patrace [label="PA computation-trace theorem\nPA 计算轨迹定理\naccepted run -> short PA proof of CompactProof(x,y)\n接受运行 -> CompactProof(x,y) 的短 PA 证明", fillcolor="#f3f3f3", color="#777777", style="rounded,filled,dashed"];
    suitable [label="suitable numeration（合适枚举）\nbit graph representability（位图可表示性）\npolynomial proof construction（多项式证明构造）", fillcolor="#f3f3f3", color="#777777", style="rounded,filled,dashed"];
    cond0 [label="Pudlak condition (0)（普德拉克条件 0）\nPA 内证明 proof-bound monotonicity（证明长度界单调性）\nP 的较紧/较松 cutoff 可在同一公式中转换", fillcolor="#f3f3f3", color="#777777", style="rounded,filled,dashed"];
    cond1 [label="Pudlak condition (1)（普德拉克条件 1）\nexternal short proof -> internal P(n, code(phi))\n外部短证明以多项式开销内部化为 P 实例", fillcolor="#f3f3f3", color="#777777", style="rounded,filled,dashed"];
    cond2 [label="Pudlak condition (2)（普德拉克条件 2）\nP(n,m) -> P(q1(n), code(P(n,m)))\n证明谓词实例自身的定量内部化", fillcolor="#f3f3f3", color="#777777", style="rounded,filled,dashed"];
    cond3 [label="Pudlak condition (3)（普德拉克条件 3）\nbounded modus ponens composition（有界肯定前件合成）\nP(n,phi) 与 P(n,phi->psi) -> P(q2(n),psi)", fillcolor="#f3f3f3", color="#777777", style="rounded,filled,dashed"];
    mpcompiler [label="Accepted-code bounded modus ponens compiler\n接受码有界肯定前件编译器（外部语义层已闭合）\n\n同一公开列表保持验证器：\naccept(codeImp, A->B) + accept(codeA, A)\n  -> exists codeB, accept(codeB, B)\n完整载荷界：\n|codeB| <= |codeImp| + |codeA| + 240 + 34*S(A,B)\n两份输入 proof tree + certificate 原样复用\n树级、证书级、规范码级及任意接受码端点均已通过\n无隐藏长度参数；无 sorryAx\nFoundationCompactCertifiedModusPonens.lean\n\n注意：这里只关闭外部码合成；\nPA 内部 condition (3) 仍须由 arithmetic trace 内化。", fillcolor="#dff2e8", color="#2f6f57", penwidth=2.8];
    conjcompiler [label="Accepted-code bounded conjunction compiler\n接受码有界合取编译器（外部语义层已闭合）\n\naccept(codeA,A) + accept(codeB,B)\n  -> exists codeAnd, accept(codeAnd,A and B)\n完整载荷界：\n|codeAnd| <= |codeA| + |codeB| + 144 + 11*S(A,B)\n两棵输入树与两份完整证书原样复用\n任意接受码端点及 axiom profile 已通过\n无 sorryAx\nFoundationCompactCertifiedConjunction.lean\n\n注意：固定重言式与原文拼接步骤 (i)-(v)\n以及 PA 内部化仍未闭合。", fillcolor="#dff2e8", color="#2f6f57", penwidth=2.8];
    qdiagonal [label="Quantitative parameterized diagonalization\n定量参数化对角化（同一完整载荷坐标已闭合）\nFoundation parameterized_diagonal₁：固定 P 的全称证明为常数\n真实 Derivation2 实例化：cut + wk + exs + closed\n显式结构证书：binary(unary(baseCert), unary(leaf))\n公开列表保持验证器接受完整 proof+certificate 打包码\n短二进制数码项：2*previous+bit\n码长 O(Nat.size m)，标准模型值严格为 m\n最终完整载荷界：baseProof+baseCert+192\n + 2048*(formulaConstant+stepConstant*|m|+1)^3\n同一公式实例的精确最短载荷也不超过该界\n具体 CompactProof 谓词仍由灰色算术化节点提供\nFoundationCompactDerivationSpecialization.lean\nFoundationCompactCertifiedDerivationSpecialization.lean\nFoundationCompactBinaryNumeralTerm.lean\nFoundationCompactParameterizedDiagonalSpecialization.lean\n端点无 sorryAx", fillcolor="#dff2e8", color="#2f6f57", penwidth=2.8];
    proofassembly [label="Bounded proof-calculus assembly (i)-(v)\n有界证明演算拼接（原文步骤 i-v）\n固定命题重言式 + (0)-(3) + MP/conjunction composition\n逐步得到 not P(q5(m), bottom) -> D(m)\n每次拼接与公式实例化均须显式多项式长度", fillcolor="#f3f3f3", color="#777777", style="rounded,filled,dashed"];
    paconsistency [label="PA consistency in the standard model\nPA 在标准模型中的一致性\naccepted falsum proof -> real Derivation2 -> contradiction\n项目已有 noListedCertifiedPAProofOfFalsum；无 sorryAx", fillcolor="#dff2e8", color="#2f6f57", penwidth=2.4];
    exponentextract [label="Consistency contradiction + exponent extraction\n一致性反证 + 指数提取\n短 D(m) 证明与一致性冲突\nq5(m) 的多项式重标定 -> 存在 epsilon > 0\n推出 Con_A(n) 无 n^epsilon 长度证明", fillcolor="#f3f3f3", color="#777777", style="rounded,filled,dashed"];
    diagonal [label="Pudlak 1986 Theorem 3.1\n普德拉克 1986 定理 3.1\ndiagonal proof-length lower bound\n对角证明长度下界", fillcolor="#f3f3f3", color="#777777", style="rounded,filled,dashed", penwidth=2.0];
    internalnote [shape=note, label="关键注释：外部运行时间界不能自动变成 PA 内部短证明。\n必须构造 accepted computation trace（接受计算轨迹），\n并在同一算术编码中逐步验证。", fillcolor="#e8f1f8", color="#4e7892"];

    predicate -> compactformula [label="exact standard-model relation\n精确标准模型关系"];
    minmeasure -> compactformula [label="same honest payload length\n同一诚实载荷长度"];
    canonicalnormalize -> compactformula [style=dotted, label="normalization audit only; public guarded verifier remains the target\n仅作规范化审计；目标仍是公开带守卫验证器"];
    predicate -> listedconmeta [label="same accepted-code relation\n同一接受码关系"];
    minmeasure -> listedconmeta [label="same payload coordinate\n同一载荷坐标"];
    listedconmeta -> compactformula [label="arithmetize this exact semantics\n算术化这一精确语义"];
    canonicalnormalize -> listedconmeta [label="pointwise same-cutoff equivalence\n逐点同截断值等价"];
    polytime -> arithinput [label="same packed inputs and bit-cost coordinate\n同一打包输入与位成本坐标"];
    arithinput -> tokenstream [label="primitive-recursive payload and Nat-prefix base\n原始递归载荷与自然数前缀基础"];
    tokenstream -> bitsync [label="exact arbitrary-input stream semantics\n任意输入流精确语义"];
    tokenstream -> syntaxparser [label="bounded exact tokenization\n有界精确记号化"];
    bitsync -> syntaxbitsync [label="exact bit suffix invariant\n精确位后缀不变量"];
    syntaxparser -> syntaxbitsync [label="same term/formula token grammar\n同一项/公式 token 文法"];
    syntaxparser -> syntaxinversion [label="backward typed realization invariant\n反向类型化实现不变量"];
    syntaxinversion -> numericvalues [label="arbitrary syntax success is canonical\n任意语法成功均为真实规范前缀"];
    syntaxinversion -> closedformula [label="typed prefix recovery + no-fvar invariant\n类型化前缀恢复 + 无自由变量不变量"];
    closedformula -> proofparser [label="axm sentence task\n公理叶闭句任务"];
    syntaxparser -> proofparser [label="checked syntax-task machine\n已检查语法任务机"];
    syntaxparser -> certparser [label="induction-body formula parser\n归纳公理体公式解析"];
    syntaxinversion -> proofinversion [label="term / formula arbitrary inversion\n项 / 公式任意反演"];
    proofparser -> proofinversion [label="ten-rule numeric state machine\n十规则纯数值状态机"];
    closedformula -> proofinversion [label="real sentence recovery\n真实闭句恢复"];
    proofinversion -> numericparser [label="arbitrary proof success is canonical\n任意证明成功均为真实规范前缀"];
    syntaxinversion -> certinversion [label="induction-formula arbitrary inversion\n归纳公式任意反演"];
    certparser -> certinversion [label="23+4 certificate numeric machines\n23+4 类证书纯数值机"];
    certinversion -> numericparser [label="arbitrary certificate success is canonical\n任意证书成功均为真实规范前缀"];
    syntaxbitsync -> numericparser [label="term/formula typed-bit equivalence closed\n项/公式类型化位级等价已闭合"];
    bitsync -> proofbitsync [label="same exact bit suffix\n同一精确位后缀"];
    syntaxbitsync -> proofbitsync [label="typed sequent/term/formula components\n类型化序列/项/公式部件"];
    proofparser -> proofbitsync [label="same ten-rule token grammar\n同一十规则 token 文法"];
    bitsync -> certbitsync [label="same exact bit suffix\n同一精确位后缀"];
    syntaxbitsync -> certbitsync [label="induction-body formula synchronization\n归纳公式体同步"];
    certparser -> certbitsync [label="same 23+4 token grammar\n同一 23+4 类 token 文法"];
    proofbitsync -> numericparser [label="typed proof bit equivalence closed\n证明树类型化位级等价已闭合"];
    certbitsync -> numericparser [label="typed certificate bit equivalence closed\n证书类型化位级等价已闭合"];
    arithinput -> packedtokensync [label="same sentinel-packed inputs\n同一哨兵位打包输入"];
    tokenstream -> packedtokensync [label="primitive-recursive full tokenization\n原始递归完整 token 化"];
    proofbitsync -> packedtokensync [label="proof segment equivalence\n证明段等价"];
    certbitsync -> packedtokensync [label="certificate segment equivalence\n证书段等价"];
    packedtokensync -> numericvalues [label="same public token streams\n同一公开 token 流"];
    numericvalues -> numericchecks [label="exact numeric syntax values\n精确数值语法值"];
    numericchecks -> numericparser [label="same local list decisions\n同一局部列表判定"];
    numericvalues -> numericconstructors [label="canonical token values\n规范 token 值"];
    numericconstructors -> numericparser [label="six direct formula constructors\n六种直接公式构造"];
    numericvalues -> numericnegation [label="same parser task semantics\n同一解析任务语义"];
    numericnegation -> numericparser [label="exact De Morgan token transform\n精确 De Morgan 记号变换"];
    numericvalues -> numericshift [label="same parser task semantics\n同一解析任务语义"];
    numericshift -> numericparser [label="exact free-index successor transform\n精确自由变量后继变换"];
+     numericvalues -> numericfree [label="same parser task and binder arity\n同一解析任务与绑定元数"];
+     numericfree -> numericparser [label="exact arity-lowering free transform\n精确降元自由化变换"];
    numericparser -> compactformula [label="same numeric machine graph\n同一纯数值机器图"];
    compactformula -> patrace [label="fixed formula and binary numerals\n固定公式与二进制数词"];
    internalnote -> patrace [style=dotted, arrowhead=none, constraint=false];
    patrace -> suitable;
    suitable -> cond0;
    suitable -> cond1;
    suitable -> cond2;
    suitable -> cond3;
    predicate -> mpcompiler [label="same public verifier\n同一公开验证器"];
    canonicalnormalize -> mpcompiler [label="decoded payload never grows\n解码规范化不增长"];
    mpcompiler -> cond3 [style=dotted, label="external compiler closed; PA internal proof remains\n外部编译已闭合；仍需 PA 内部短证明"];
    predicate -> conjcompiler [label="same public verifier\n同一公开验证器"];
    canonicalnormalize -> conjcompiler [label="decoded payload never grows\n解码规范化不增长"];
    conjcompiler -> proofassembly [style=dotted, label="external conjunction primitive closed\n外部合取原语已闭合"];
    compactformula -> qdiagonal [style=dotted, arrowhead=none, constraint=false, label="later instantiate the closed generic compiler at concrete P\n后续把已闭合通用编译器实例化到具体 P"];
    suitable -> qdiagonal [style=dotted, arrowhead=none, constraint=false, label="concrete P conditions belong to later assembly\n具体 P 条件属于后续拼接"];
    transformcode -> qdiagonal [label="formula-instance size bound already checked\n公式实例大小界已检查"];
    cond0 -> proofassembly;
    cond1 -> proofassembly;
    cond2 -> proofassembly;
    cond3 -> proofassembly;
    qdiagonal -> proofassembly;
    proofassembly -> exponentextract;
    paconsistency -> exponentextract;
    exponentextract -> diagonal;
  }

  subgraph cluster_buss {
    label="H. Buss-Pudlak lower bound（布斯-普德拉克下界）";
    color="#9a9a9a";
    style="rounded,dashed";

    family [label="F_n = Con_T((f(n))^c)\n有限一致性公式族\nsame T / proof system / symbol length\n同一理论 / 证明系统 / 符号长度", fillcolor="#f3f3f3", color="#777777", style="rounded,filled,dashed"];
    rescale [label="Buss 1994 Theorem 5\n布斯 1994 第 5 定理\ntime-constructible rescaling\n时间可构造重标定", fillcolor="#f3f3f3", color="#777777", style="rounded,filled,dashed", penwidth=2.0];
    lower [label="minProofLength(F_n) > U(n) eventually\n最短证明长度最终大于 U(n)\nsuper-polynomial lower bound（超多项式下界）", fillcolor="#e9e3f5", color="#76639a", style="rounded,filled,dashed", penwidth=2.0];
    lowernote [shape=note, label="关键注释：文献下界只能用于原文满足条件的\nformula family（公式族）、proof system（证明系统）\n和 symbol length（符号长度）；名字相似不能替代对象恒等。", fillcolor="#e8f1f8", color="#4e7892"];

    compactformula -> family [label="same CompactProof predicate\n同一紧凑证明谓词"];
    minmeasure -> family [label="exact minimum length coordinate\n精确最短长度坐标"];
    diagonal -> rescale [label="power lower-bound seed\n幂下界种子"];
    family -> rescale;
    rescale -> lower [label="explicit time-constructible f\n显式时间可构造函数 f"];
    lowernote -> rescale [style=dotted, arrowhead=none, constraint=false];
  }

  subgraph cluster_collision {
    label="I. Same-object upper bound and collision（同对象上界与碰撞）";
    color="#9a9a9a";
    style="rounded,dashed";

    sondowcert [label="Sondow checked certificates\n索多已检查证书\nassume gamma rational（假设欧拉常数有理）\n本节点只表示证书已检查，不等于同对象上界已完成", fillcolor="#dff2e8", color="#3f7c66"];
    samecompiler [label="Sondow same-object compiler\n索多同对象编译器\ncertificate -> real proof of the same F_n\n证书 -> 同一 F_n 的真实证明", fillcolor="#f3f3f3", color="#777777", style="rounded,filled,dashed"];
    upper [label="minProofLength(F_n) <= U(n)\n最短证明长度不超过多项式 U(n)\npolynomial upper bound（多项式上界）\n等待 same-object compiler（同对象编译器）", fillcolor="#f3f3f3", color="#777777", style="rounded,filled,dashed"];
    collision [label="U(N) < minProofLength(F_N) <= U(N)\n同一 N、同一公式、同一检查器、同一长度的矛盾\ncollision theorem（碰撞定理）", fillcolor="#f8d9d6", color="#a8443d", style="rounded,filled,dashed", penwidth=2.5];
    final [label="not is_rational euler_mascheroni\n欧拉-马歇罗尼常数非有理\n仅在全部上游根定理闭合后成立", fillcolor="#f8d9d6", color="#a8443d", style="rounded,filled,dashed", penwidth=2.5];
    samenote [shape=note, label="关键注释：碰撞必须是同一 N、同一 F_N、\n同一 checker（检查器）和同一 length measure（长度度量）。\n只证明两个抽象接口各自存在不能形成碰撞。", fillcolor="#e8f1f8", color="#4e7892"];

    sondowcert -> samecompiler;
    family -> samecompiler [label="formula identity\n公式恒等"];
    predicate -> samecompiler [label="same checker/length\n同一检查器/长度"];
    minmeasure -> samecompiler [label="same minimum payload measure\n同一最短载荷度量"];
    samecompiler -> upper [label="canonical accepted proof code\n规范且被接受的证明码"];
    upper -> collision [label="same F_N / same length\n同一 F_N / 同一长度"];
    lower -> collision [label="same F_N / same length\n同一 F_N / 同一长度"];
    samenote -> collision [style=dotted, arrowhead=none, constraint=false];
    collision -> final;
  }

  subgraph cluster_audit {
    label="J. Submission-grade audit gates（投稿级审计门）";
    color="#76639a";
    style="rounded";

    axioms [label="#print axioms audit（公理画像审计）\n已完成节点仅依赖：\npropext（命题外延）\nClassical.choice（经典选择）\nQuot.sound（商类型可靠性）", fillcolor="#e9e3f5", color="#76639a"];
    forbidden [label="Forbidden project assumptions（禁止项目级假设）\nno tail_gap（无尾部间隙参数）\nno upper_provider（无上界提供者参数）\nno project proof_length（无项目证明长度公设）\nno sorryAx（无未完成证明公设）", fillcolor="#e9e3f5", color="#76639a"];
    gate [label="Final dependency audit（最终依赖审计）\nsame formula / parameter / checker / measure\n同一公式 / 参数 / 检查器 / 度量", fillcolor="#e9e3f5", color="#76639a", penwidth=2.0];

    totalcanonical -> axioms [style=dotted];
    publiciff -> axioms [style=dotted];
    completeness -> axioms [style=dotted];
    nattrace -> axioms [style=dotted];
    polytime -> forbidden [style=dashed];
    diagonal -> forbidden [style=dashed];
    samecompiler -> forbidden [style=dashed];
    lower -> gate;
    upper -> gate;
    axioms -> gate;
    forbidden -> gate;
    gate -> collision [style=dashed, label="audit pass\n审计通过"];
  }

  subgraph cluster_rejected_routes {
    label="K. Rejected historical routes（经审计弃用的历史路线；不通向主结论）";
    color="#a8443d";
    style="rounded,dashed";

    rawgodel [label="Nat.size(rawProofCode) lower bound\n原始哥德尔证明码位长下界\nunary-numeral encoding artifact（一元数词编码伪影）", fillcolor="#f8d9d6", color="#a8443d", style="rounded,filled,dashed"];
    postfixraw [label="Postfix checker rebuilding rawCode\n重建 rawCode 的后缀检查器\nprimitive recursive != polynomial time\n原始递归不等于多项式时间", fillcolor="#f8d9d6", color="#a8443d", style="rounded,filled,dashed"];
    abstractgap [label="tail_gap / computable_gap input\n尾部间隙 / 可计算间隙输入\nassumes the lower bound（预设下界）", fillcolor="#f8d9d6", color="#a8443d", style="rounded,filled,dashed"];
    abstractupper [label="upper_provider input\n上界提供者输入\nassumes the Sondow bridge（预设索多桥）", fillcolor="#f8d9d6", color="#a8443d", style="rounded,filled,dashed"];
    unsimulated [label="Unproved Hilbert-system simulation\n未证明的 Hilbert 系统模拟\nwrong/uncalibrated proof measure\n错误或未校准的证明度量", fillcolor="#f8d9d6", color="#a8443d", style="rounded,filled,dashed"];
    graft [label="strengthened_to_partial / transfer_to_graft\n加强到部分 / 嫁接转移接口\ninterface packaging without source theorem\n只有接口包装、没有源定理", fillcolor="#f8d9d6", color="#a8443d", style="rounded,filled,dashed"];
    rejectednote [shape=note, label="弃用判据：编码伪影、循环输入、对象错位，\n或只给接口而没有根定理。\n本区域没有任何边连接最终碰撞定理。", fillcolor="#fff1f0", color="#a8443d"];

    rawgodel -> postfixraw [style=dotted, color="#a8443d"];
    abstractgap -> graft [style=dotted, color="#a8443d"];
    abstractupper -> graft [style=dotted, color="#a8443d"];
    unsimulated -> graft [style=dotted, color="#a8443d"];
    rejectednote -> graft [style=dotted, arrowhead=none, color="#a8443d"];
  }
}
